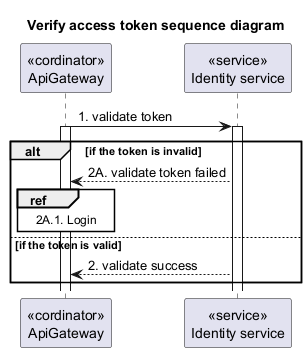
This is doc/SDS/Identity/VerifyAccessToken/Sequence.png from Carl-Johnsons/tastopia, a PlantUML export, as it was before one commit.
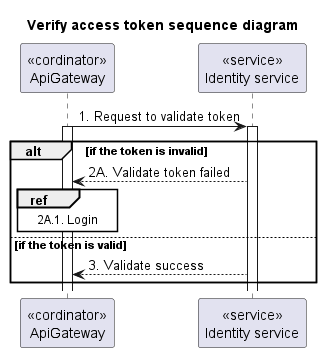
Above is the later version.

Diff of the diagram source:
```diff
@@ -13,13 +13,14 @@
 participant "<<cordinator>>\nApiGateway" as ApiGateway
 participant "<<service>>\nIdentity service" as IdentityService
 
-ApiGateway -> IdentityService: 1. validate token
+ApiGateway -> IdentityService: 1. Request to validate token
 activate ApiGateway
 activate IdentityService
+
 alt if the token is invalid
-    ApiGateway <-- IdentityService: 2A. validate token failed
+    ApiGateway <-- IdentityService: 2A. Validate token failed
     ref over ApiGateway: 2A.1. Login
 else if the token is valid
-    ApiGateway <-- IdentityService: 2. validate success
+    ApiGateway <-- IdentityService: 3. Validate success
 end
 @enduml
```
